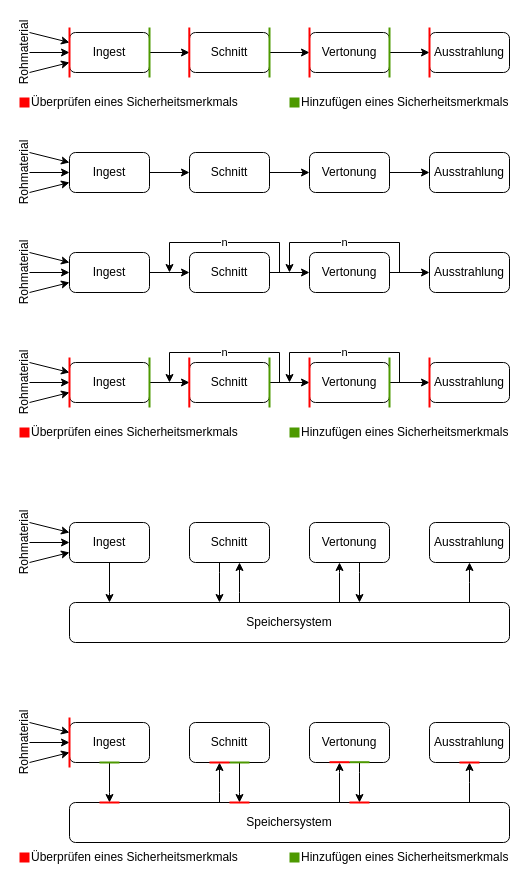
Before: Produktionsprozess.drawio in timteller/Grafiken_Bachelorarbeit, a draw.io diagram. Source tidied: cells renumbered, new cells numbered last; positions are measured from the earlier drawing's top-left corner, leaving out a move shared by most shapes. Both pictures are drawn from the tidied source at 100%, with x=0, y=0 at pixel (-11, 27).
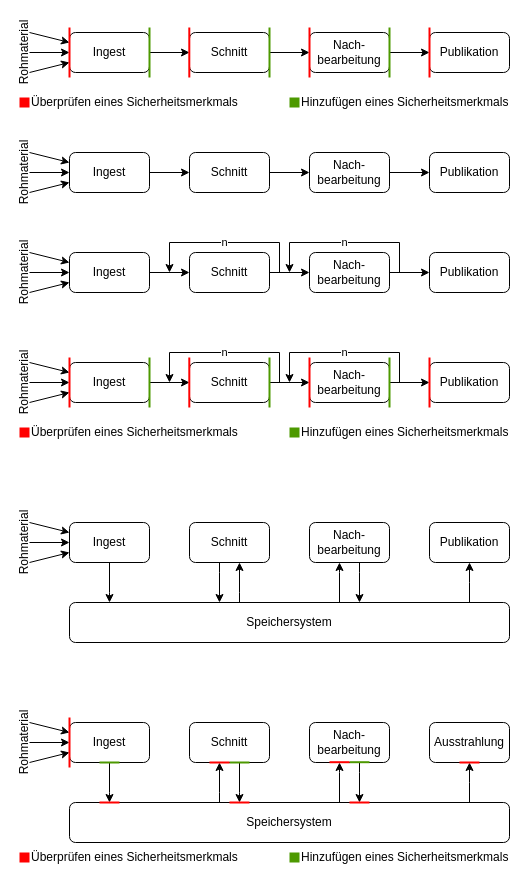
The same page after the edit.

What changed in the source:
```diff
@@
-    <mxCell id="7" value="Vertonung" style="rounded=1;whiteSpace=wrap;html=1;" parent="1" vertex="1">
+    <mxCell id="7" value="Nach-&lt;div&gt;bearbeitung&lt;/div&gt;" style="rounded=1;whiteSpace=wrap;html=1;" parent="1" vertex="1">
       <mxGeometry x="320" y="125" width="80" height="40" as="geometry" />
     </mxCell>
-    <mxCell id="8" value="Ausstrahlung" style="rounded=1;whiteSpace=wrap;html=1;" parent="1" vertex="1">
+    <mxCell id="8" value="Publikation" style="rounded=1;whiteSpace=wrap;html=1;" parent="1" vertex="1">
       <mxGeometry x="440" y="125" width="80" height="40" as="geometry" />
     </mxCell>
@@
-    <mxCell id="19" value="Vertonung" style="rounded=1;whiteSpace=wrap;html=1;" parent="13" vertex="1">
+    <mxCell id="19" value="Nach-&lt;div&gt;bearbeitung&lt;/div&gt;" style="rounded=1;whiteSpace=wrap;html=1;" parent="13" vertex="1">
       <mxGeometry x="320" y="225" width="80" height="40" as="geometry" />
     </mxCell>
-    <mxCell id="20" value="Ausstrahlung" style="rounded=1;whiteSpace=wrap;html=1;" parent="13" vertex="1">
+    <mxCell id="20" value="Publikation" style="rounded=1;whiteSpace=wrap;html=1;" parent="13" vertex="1">
       <mxGeometry x="440" y="225" width="80" height="40" as="geometry" />
     </mxCell>
@@
-    <mxCell id="33" value="Vertonung" style="rounded=1;whiteSpace=wrap;html=1;" parent="27" vertex="1">
+    <mxCell id="33" value="Nach-&lt;div&gt;bearbeitung&lt;/div&gt;" style="rounded=1;whiteSpace=wrap;html=1;" parent="27" vertex="1">
       <mxGeometry x="320" y="335" width="80" height="40" as="geometry" />
     </mxCell>
-    <mxCell id="34" value="Ausstrahlung" style="rounded=1;whiteSpace=wrap;html=1;" parent="27" vertex="1">
+    <mxCell id="34" value="Publikation" style="rounded=1;whiteSpace=wrap;html=1;" parent="27" vertex="1">
       <mxGeometry x="440" y="335" width="80" height="40" as="geometry" />
     </mxCell>
@@
-    <mxCell id="58" value="Vertonung" style="rounded=1;whiteSpace=wrap;html=1;" parent="52" vertex="1">
+    <mxCell id="58" value="Nach-&lt;div&gt;bearbeitung&lt;/div&gt;" style="rounded=1;whiteSpace=wrap;html=1;" parent="52" vertex="1">
       <mxGeometry x="320" y="495" width="80" height="40" as="geometry" />
     </mxCell>
-    <mxCell id="59" value="Ausstrahlung" style="rounded=1;whiteSpace=wrap;html=1;" parent="52" vertex="1">
+    <mxCell id="59" value="Publikation" style="rounded=1;whiteSpace=wrap;html=1;" parent="52" vertex="1">
       <mxGeometry x="440" y="495" width="80" height="40" as="geometry" />
     </mxCell>
@@
-    <mxCell id="74" value="Vertonung" style="rounded=1;whiteSpace=wrap;html=1;" parent="68" vertex="1">
+    <mxCell id="74" value="Nach-&lt;div&gt;bearbeitung&lt;/div&gt;" style="rounded=1;whiteSpace=wrap;html=1;" parent="68" vertex="1">
       <mxGeometry x="320" y="695" width="80" height="40" as="geometry" />
     </mxCell>
@@
-    <mxCell id="104" value="Vertonung" style="rounded=1;whiteSpace=wrap;html=1;" parent="98" vertex="1">
+    <mxCell id="104" value="Nach-&lt;div&gt;bearbeitung&lt;/div&gt;" style="rounded=1;whiteSpace=wrap;html=1;" parent="98" vertex="1">
       <mxGeometry x="320" y="5" width="80" height="40" as="geometry" />
     </mxCell>
-    <mxCell id="105" value="Ausstrahlung" style="rounded=1;whiteSpace=wrap;html=1;" parent="98" vertex="1">
+    <mxCell id="105" value="Publikation" style="rounded=1;whiteSpace=wrap;html=1;" parent="98" vertex="1">
       <mxGeometry x="440" y="5" width="80" height="40" as="geometry" />
     </mxCell>
```
